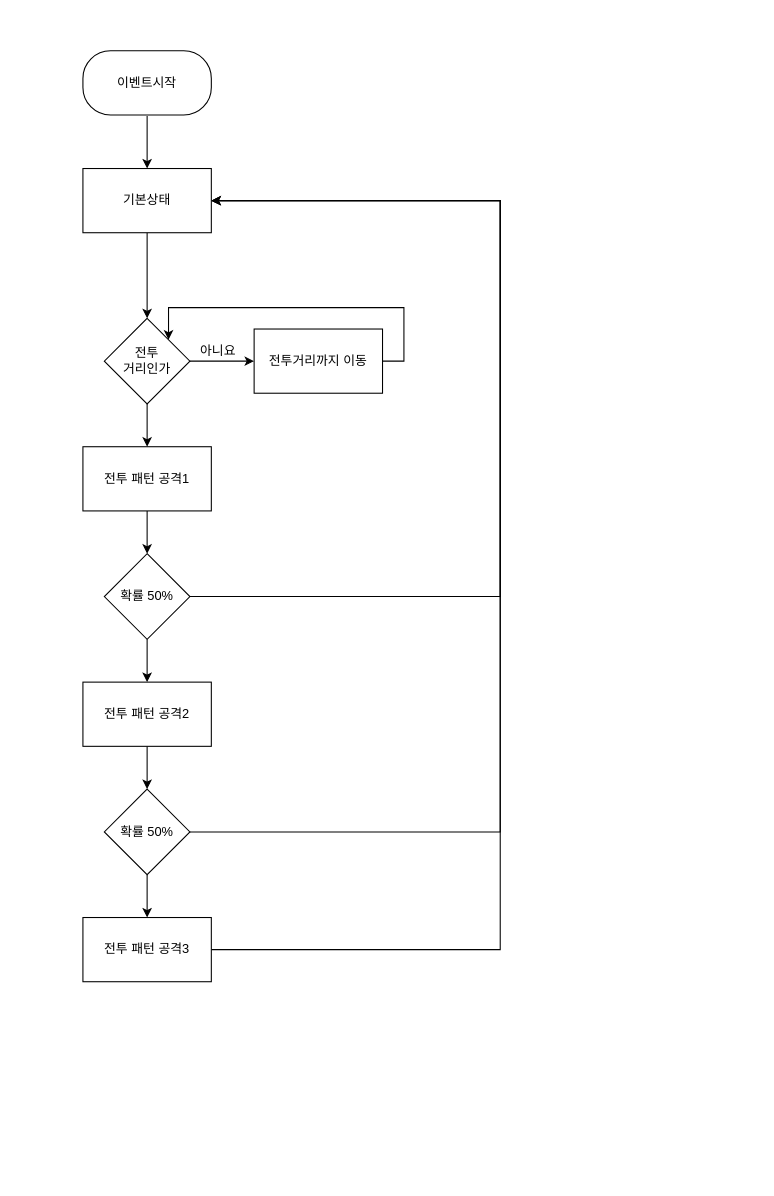
This is LCT.drawio from hwangUK/Doc, a draw.io file, before an edit. Source tidied: cells renumbered, new cells numbered last; positions are measured from the earlier drawing's top-left corner, leaving out a move shared by most shapes. Both pictures are drawn from the tidied source at 107%, with x=0, y=0 at pixel (82, 50).
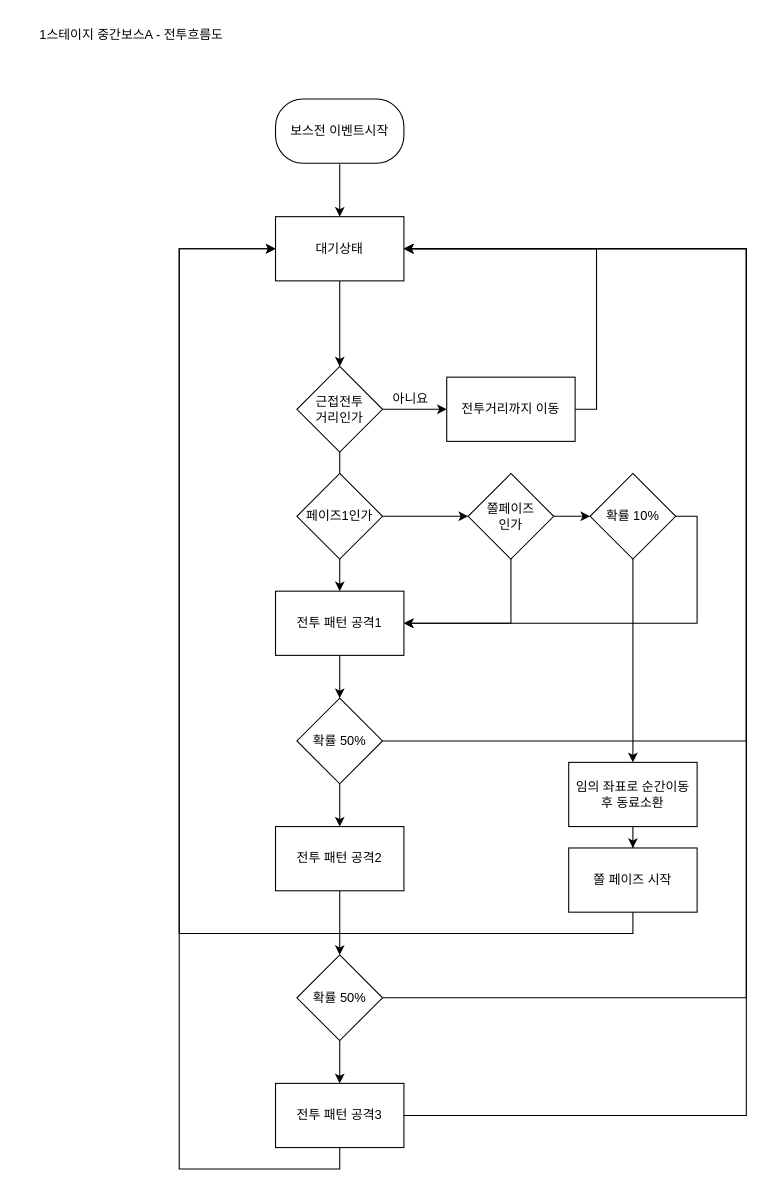
Above is the later version.

What changed in the source:
```diff
@@
     <mxCell id="3" value="전투 패턴 공격1" style="rounded=0;whiteSpace=wrap;html=1;" parent="1" vertex="1">
-      <mxGeometry y="370" width="120" height="60" as="geometry" />
+      <mxGeometry x="180" y="505" width="120" height="60" as="geometry" />
     </mxCell>
@@
     <mxCell id="5" value="전투 패턴 공격2" style="rounded=0;whiteSpace=wrap;html=1;" parent="1" vertex="1">
-      <mxGeometry y="590" width="120" height="60" as="geometry" />
+      <mxGeometry x="180" y="725" width="120" height="60" as="geometry" />
     </mxCell>
@@
-    <mxCell id="8" value="전투&lt;br&gt;거리인가" style="rhombus;whiteSpace=wrap;html=1;" parent="1" vertex="1">
-      <mxGeometry x="20" y="250" width="80" height="80" as="geometry" />
+    <mxCell id="8" value="근접전투&lt;br&gt;거리인가" style="rhombus;whiteSpace=wrap;html=1;" parent="1" vertex="1">
+      <mxGeometry x="200" y="295" width="80" height="80" as="geometry" />
     </mxCell>
@@
-    <mxCell id="10" value="이벤트시작" style="rounded=1;whiteSpace=wrap;html=1;perimeterSpacing=1;arcSize=43;" parent="1" vertex="1">
-      <mxGeometry width="120" height="60" as="geometry" />
+    <mxCell id="10" value="보스전 이벤트시작" style="rounded=1;whiteSpace=wrap;html=1;perimeterSpacing=1;arcSize=43;" parent="1" vertex="1">
+      <mxGeometry x="180" y="45" width="120" height="60" as="geometry" />
     </mxCell>
-    <mxCell id="11" style="edgeStyle=orthogonalEdgeStyle;rounded=0;jettySize=auto;html=1;exitX=1;exitY=0.5;exitDx=0;exitDy=0;entryX=1;entryY=0;entryDx=0;entryDy=0;" parent="1" edge="1" source="12" target="8">
+    <mxCell id="11" style="edgeStyle=orthogonalEdgeStyle;rounded=0;jettySize=auto;html=1;exitX=1;exitY=0.5;exitDx=0;exitDy=0;entryX=1;entryY=0.5;entryDx=0;entryDy=0;" parent="1" edge="1" source="12" target="23">
       <mxGeometry relative="1" as="geometry">
         <Array as="points">
-          <mxPoint x="300" y="290" />
-          <mxPoint x="300" y="240" />
-          <mxPoint x="80" y="240" />
+          <mxPoint x="480" y="335" />
+          <mxPoint x="480" y="185" />
         </Array>
       </mxGeometry>
     </mxCell>
     <mxCell id="12" value="전투거리까지 이동" style="whiteSpace=wrap;html=1;" parent="1" vertex="1">
-      <mxGeometry x="160" y="260" width="120" height="60" as="geometry" />
+      <mxGeometry x="340" y="305" width="120" height="60" as="geometry" />
     </mxCell>
     <mxCell id="13" value="아니요" style="text;html=1;align=center;verticalAlign=middle;strokeColor=none;fillColor=none;" parent="1" vertex="1">
-      <mxGeometry x="96" y="266" width="60" height="30" as="geometry" />
+      <mxGeometry x="276" y="311" width="60" height="30" as="geometry" />
     </mxCell>
@@
     <mxCell id="15" style="edgeStyle=orthogonalEdgeStyle;rounded=0;jettySize=auto;html=1;exitX=1;exitY=0.5;exitDx=0;exitDy=0;entryX=1;entryY=0.5;entryDx=0;entryDy=0;" parent="1" edge="1" source="16" target="23">
       <mxGeometry relative="1" as="geometry">
         <Array as="points">
-          <mxPoint x="390" y="510" />
-          <mxPoint x="390" y="140" />
+          <mxPoint x="620" y="645" />
+          <mxPoint x="620" y="185" />
         </Array>
       </mxGeometry>
     </mxCell>
     <mxCell id="16" value="확률 50%" style="rhombus;whiteSpace=wrap;html=1;" parent="1" vertex="1">
-      <mxGeometry x="20" y="470" width="80" height="80" as="geometry" />
+      <mxGeometry x="200" y="605" width="80" height="80" as="geometry" />
     </mxCell>
@@
     <mxCell id="18" style="edgeStyle=orthogonalEdgeStyle;rounded=0;jettySize=auto;html=1;exitX=1;exitY=0.5;exitDx=0;exitDy=0;entryX=1;entryY=0.5;entryDx=0;entryDy=0;" parent="1" edge="1" source="19" target="23">
       <mxGeometry relative="1" as="geometry">
         <Array as="points">
-          <mxPoint x="390" y="730" />
-          <mxPoint x="390" y="140" />
+          <mxPoint x="620" y="885" />
+          <mxPoint x="620" y="185" />
         </Array>
       </mxGeometry>
     </mxCell>
     <mxCell id="19" value="확률 50%" style="rhombus;whiteSpace=wrap;html=1;" parent="1" vertex="1">
-      <mxGeometry x="20" y="690" width="80" height="80" as="geometry" />
+      <mxGeometry x="200" y="845" width="80" height="80" as="geometry" />
     </mxCell>
     <mxCell id="20" style="edgeStyle=orthogonalEdgeStyle;rounded=0;jettySize=auto;html=1;exitX=1;exitY=0.5;exitDx=0;exitDy=0;entryX=1;entryY=0.5;entryDx=0;entryDy=0;" parent="1" edge="1" source="21" target="23">
       <mxGeometry relative="1" as="geometry">
         <Array as="points">
-          <mxPoint x="390" y="840" />
-          <mxPoint x="390" y="140" />
+          <mxPoint x="620" y="995" />
+          <mxPoint x="620" y="185" />
         </Array>
       </mxGeometry>
     </mxCell>
+    <mxCell id="24" style="edgeStyle=orthogonalEdgeStyle;rounded=0;jettySize=auto;html=1;exitX=0.5;exitY=1;exitDx=0;exitDy=0;entryX=0;entryY=0.5;entryDx=0;entryDy=0;" parent="1" edge="1" source="21" target="23">
+      <mxGeometry relative="1" as="geometry">
+        <Array as="points">
+          <mxPoint x="240" y="1045" />
+          <mxPoint x="90" y="1045" />
+          <mxPoint x="90" y="185" />
+        </Array>
+      </mxGeometry>
+    </mxCell>
     <mxCell id="21" value="전투 패턴 공격3" style="rounded=0;whiteSpace=wrap;html=1;" parent="1" vertex="1">
-      <mxGeometry y="810" width="120" height="60" as="geometry" />
+      <mxGeometry x="180" y="965" width="120" height="60" as="geometry" />
     </mxCell>
@@
-    <mxCell id="23" value="기본상태" style="whiteSpace=wrap;html=1;" parent="1" vertex="1">
-      <mxGeometry y="110" width="120" height="60" as="geometry" />
+    <mxCell id="23" value="대기상태" style="whiteSpace=wrap;html=1;" parent="1" vertex="1">
+      <mxGeometry x="180" y="155" width="120" height="60" as="geometry" />
     </mxCell>
+    <mxCell id="25" style="edgeStyle=orthogonalEdgeStyle;rounded=0;jettySize=auto;html=1;exitX=1;exitY=0.5;exitDx=0;exitDy=0;entryX=0;entryY=0.5;entryDx=0;entryDy=0;" parent="1" edge="1" source="26" target="29">
+      <mxGeometry relative="1" as="geometry" />
+    </mxCell>
+    <mxCell id="26" value="페이즈1인가" style="rhombus;whiteSpace=wrap;html=1;" parent="1" vertex="1">
+      <mxGeometry x="200" y="395" width="80" height="80" as="geometry" />
+    </mxCell>
+    <mxCell id="27" style="edgeStyle=orthogonalEdgeStyle;rounded=0;jettySize=auto;html=1;entryX=1;entryY=0.5;entryDx=0;entryDy=0;" parent="1" edge="1" source="29" target="3">
+      <mxGeometry relative="1" as="geometry">
+        <Array as="points">
+          <mxPoint x="400" y="535" />
+        </Array>
+      </mxGeometry>
+    </mxCell>
+    <mxCell id="28" style="edgeStyle=orthogonalEdgeStyle;rounded=0;jettySize=auto;html=1;" parent="1" edge="1" source="29" target="36">
+      <mxGeometry relative="1" as="geometry" />
+    </mxCell>
+    <mxCell id="29" value="쫄페이즈&lt;br&gt;인가" style="rhombus;whiteSpace=wrap;html=1;" parent="1" vertex="1">
+      <mxGeometry x="360" y="395" width="80" height="80" as="geometry" />
+    </mxCell>
+    <mxCell id="30" style="edgeStyle=orthogonalEdgeStyle;rounded=0;jettySize=auto;html=1;" parent="1" edge="1" source="31" target="33">
+      <mxGeometry relative="1" as="geometry" />
+    </mxCell>
+    <mxCell id="31" value="임의 좌표로 순간이동 후 동료소환" style="whiteSpace=wrap;html=1;" parent="1" vertex="1">
+      <mxGeometry x="454" y="665" width="120" height="60" as="geometry" />
+    </mxCell>
+    <mxCell id="32" style="edgeStyle=orthogonalEdgeStyle;rounded=0;jettySize=auto;html=1;exitX=0.5;exitY=1;exitDx=0;exitDy=0;entryX=0;entryY=0.5;entryDx=0;entryDy=0;" parent="1" edge="1" source="33" target="23">
+      <mxGeometry relative="1" as="geometry">
+        <Array as="points">
+          <mxPoint x="514" y="825" />
+          <mxPoint x="90" y="825" />
+          <mxPoint x="90" y="185" />
+        </Array>
+      </mxGeometry>
+    </mxCell>
+    <mxCell id="33" value="쫄 페이즈 시작" style="whiteSpace=wrap;html=1;" parent="1" vertex="1">
+      <mxGeometry x="454" y="745" width="120" height="60" as="geometry" />
+    </mxCell>
+    <mxCell id="34" style="edgeStyle=orthogonalEdgeStyle;rounded=0;jettySize=auto;html=1;exitX=1;exitY=0.5;exitDx=0;exitDy=0;entryX=1;entryY=0.5;entryDx=0;entryDy=0;" parent="1" edge="1" source="36" target="3">
+      <mxGeometry relative="1" as="geometry" />
+    </mxCell>
+    <mxCell id="35" style="edgeStyle=orthogonalEdgeStyle;rounded=0;jettySize=auto;html=1;" parent="1" edge="1" source="36" target="31">
+      <mxGeometry relative="1" as="geometry" />
+    </mxCell>
+    <mxCell id="36" value="확률 10%" style="rhombus;whiteSpace=wrap;html=1;" parent="1" vertex="1">
+      <mxGeometry x="474" y="395" width="80" height="80" as="geometry" />
+    </mxCell>
+    <mxCell id="37" value="1스테이지 중간보스A - 전투흐름도" style="text;html=1;align=center;verticalAlign=middle;strokeColor=none;fillColor=none;" parent="1" vertex="1">
+      <mxGeometry x="-60" y="-30" width="210" height="30" as="geometry" />
+    </mxCell>
```
